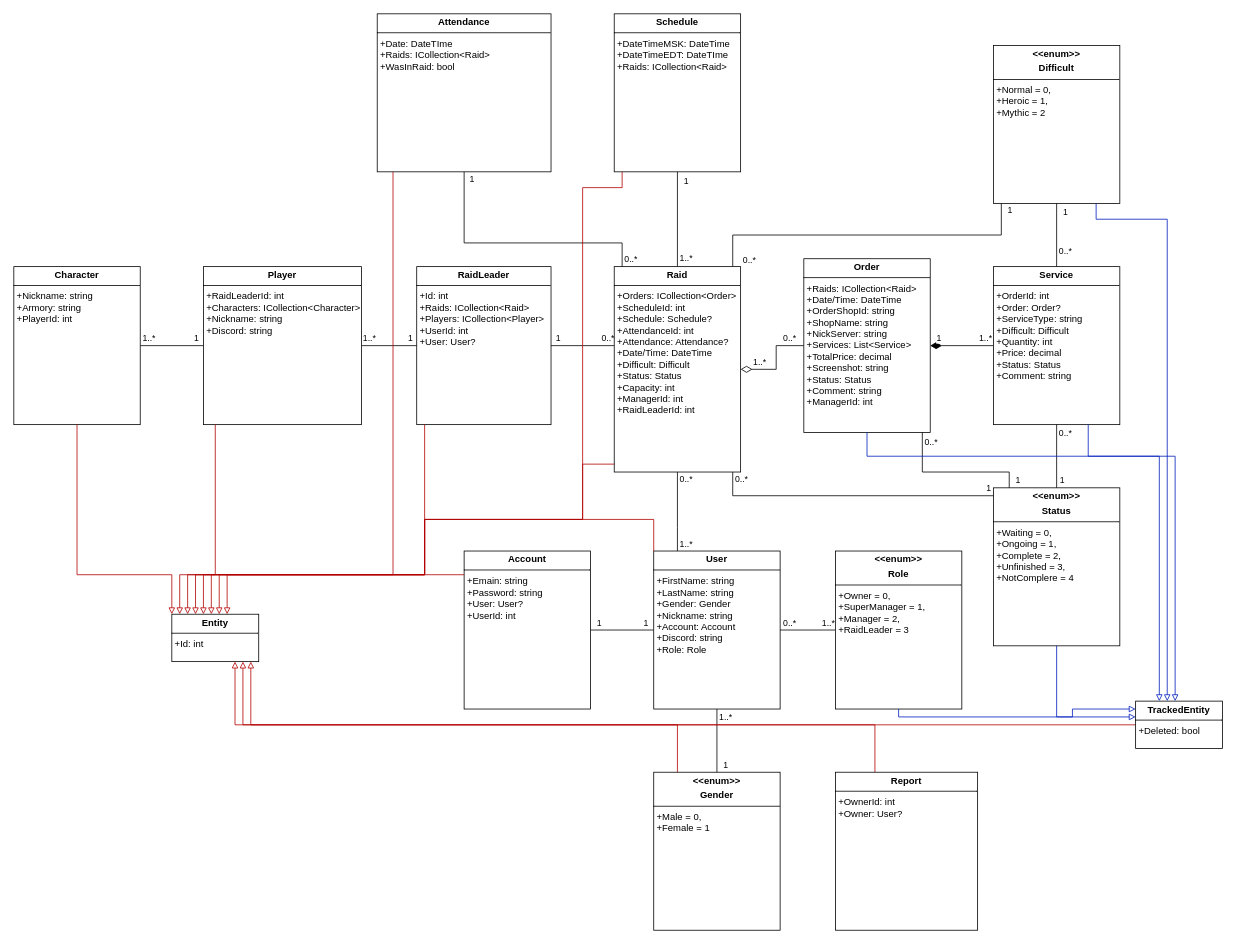
Squeezy93/CustomCRM keeps this draw.io diagram as CRM_diagram/CRM UML Class diagram.drawio. Above is the earlier version. Source tidied: cells renumbered, new cells numbered last; positions are measured from the earlier drawing's top-left corner, leaving out a move shared by most shapes. Both pictures are drawn from the tidied source at 79%, with x=0, y=0 at pixel (13, 13).
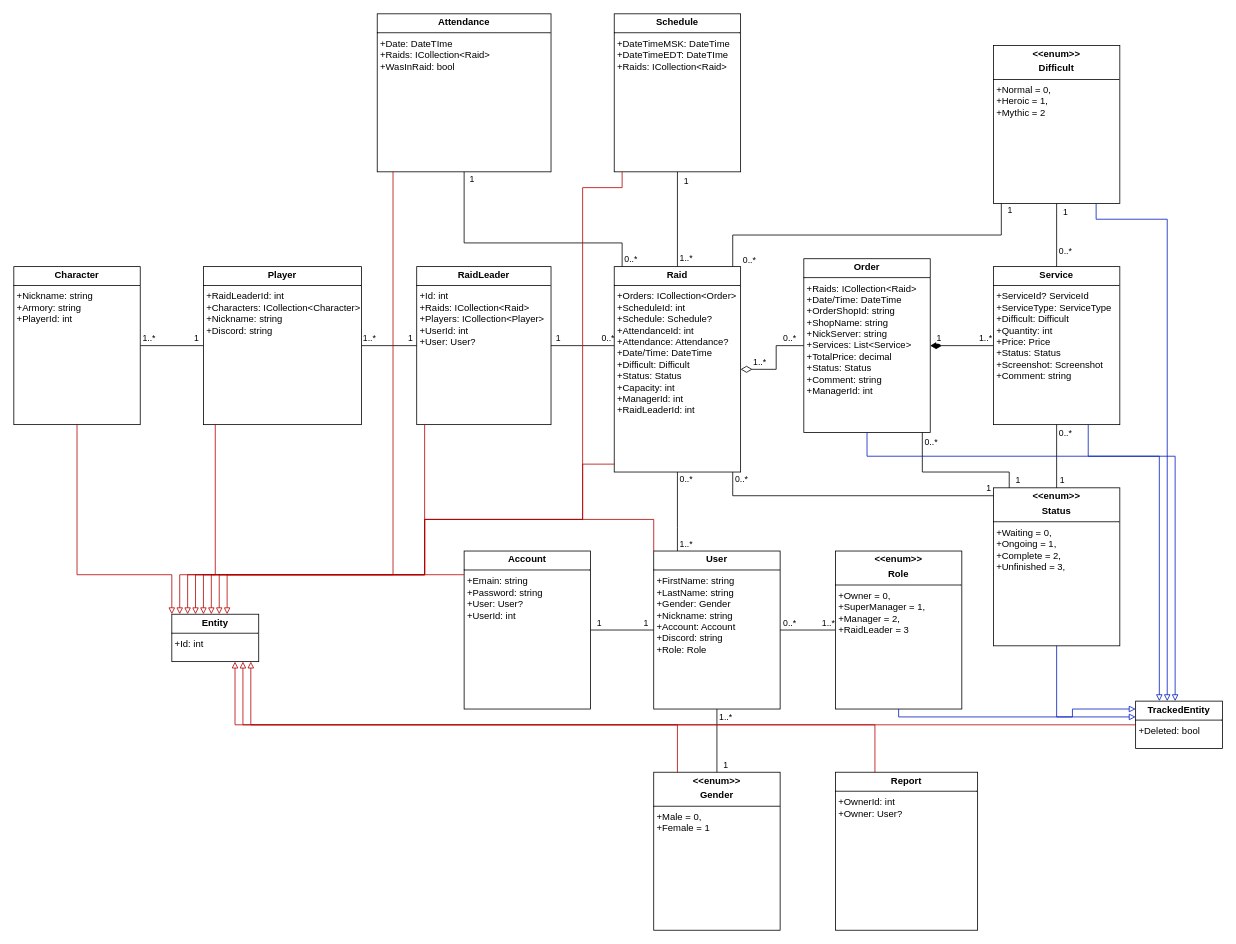
The same diagram, later.

Commit message (it also covers changes not shown here):
domain changes v5 application changes v2 and UML diagramm changes

Diff of the diagram source:
```diff
@@
-    <mxCell id="5" value="&lt;p style=&quot;margin:0px;margin-top:4px;text-align:center;&quot;&gt;&lt;b&gt;Order&lt;/b&gt;&lt;/p&gt;&lt;hr size=&quot;1&quot; style=&quot;border-style:solid;&quot;&gt;&lt;p style=&quot;margin:0px;margin-left:4px;&quot;&gt;+Raids: ICollection&amp;lt;Raid&amp;gt;&lt;/p&gt;&lt;p style=&quot;margin:0px;margin-left:4px;&quot;&gt;&lt;span style=&quot;background-color: initial;&quot;&gt;+Date/Time: DateTime&lt;/span&gt;&lt;br&gt;&lt;/p&gt;&lt;p style=&quot;margin:0px;margin-left:4px;&quot;&gt;+OrderShopId: string&lt;/p&gt;&lt;p style=&quot;margin:0px;margin-left:4px;&quot;&gt;+ShopName: string&lt;/p&gt;&lt;p style=&quot;margin:0px;margin-left:4px;&quot;&gt;+NickServer: string&lt;/p&gt;&lt;p style=&quot;margin:0px;margin-left:4px;&quot;&gt;+Services: List&amp;lt;Service&amp;gt;&lt;br&gt;+TotalPrice: decimal&lt;/p&gt;&lt;p style=&quot;margin:0px;margin-left:4px;&quot;&gt;+Screenshot: string&lt;/p&gt;&lt;p style=&quot;margin:0px;margin-left:4px;&quot;&gt;+Status: Status&lt;/p&gt;&lt;p style=&quot;margin:0px;margin-left:4px;&quot;&gt;+Comment: string&lt;/p&gt;&lt;p style=&quot;margin:0px;margin-left:4px;&quot;&gt;+ManagerId: int&lt;/p&gt;" style="verticalAlign=top;align=left;overflow=fill;html=1;whiteSpace=wrap;" parent="1" vertex="1">
+    <mxCell id="5" value="&lt;p style=&quot;margin:0px;margin-top:4px;text-align:center;&quot;&gt;&lt;b&gt;Order&lt;/b&gt;&lt;/p&gt;&lt;hr size=&quot;1&quot; style=&quot;border-style:solid;&quot;&gt;&lt;p style=&quot;margin:0px;margin-left:4px;&quot;&gt;+Raids: ICollection&amp;lt;Raid&amp;gt;&lt;/p&gt;&lt;p style=&quot;margin:0px;margin-left:4px;&quot;&gt;&lt;span style=&quot;background-color: initial;&quot;&gt;+Date/Time: DateTime&lt;/span&gt;&lt;br&gt;&lt;/p&gt;&lt;p style=&quot;margin:0px;margin-left:4px;&quot;&gt;+OrderShopId: string&lt;/p&gt;&lt;p style=&quot;margin:0px;margin-left:4px;&quot;&gt;+ShopName: string&lt;/p&gt;&lt;p style=&quot;margin:0px;margin-left:4px;&quot;&gt;+NickServer: string&lt;/p&gt;&lt;p style=&quot;margin:0px;margin-left:4px;&quot;&gt;+Services: List&amp;lt;Service&amp;gt;&lt;br&gt;+TotalPrice: decimal&lt;/p&gt;&lt;p style=&quot;margin:0px;margin-left:4px;&quot;&gt;+Status: Status&lt;/p&gt;&lt;p style=&quot;margin:0px;margin-left:4px;&quot;&gt;+Comment: string&lt;/p&gt;&lt;p style=&quot;margin:0px;margin-left:4px;&quot;&gt;+ManagerId: int&lt;/p&gt;" style="verticalAlign=top;align=left;overflow=fill;html=1;whiteSpace=wrap;" parent="1" vertex="1">
       <mxGeometry x="1000" y="310" width="160" height="220" as="geometry" />
     </mxCell>
@@
-    <mxCell id="9" value="&lt;p style=&quot;margin:0px;margin-top:4px;text-align:center;&quot;&gt;&lt;b&gt;Service&lt;/b&gt;&lt;/p&gt;&lt;hr size=&quot;1&quot; style=&quot;border-style:solid;&quot;&gt;&lt;p style=&quot;margin:0px;margin-left:4px;&quot;&gt;+OrderId: int&lt;/p&gt;&lt;p style=&quot;margin:0px;margin-left:4px;&quot;&gt;+Order: Order?&lt;br&gt;&lt;/p&gt;&lt;p style=&quot;margin:0px;margin-left:4px;&quot;&gt;+ServiceType: string&lt;/p&gt;&lt;p style=&quot;margin:0px;margin-left:4px;&quot;&gt;+Difficult: Difficult&lt;/p&gt;&lt;p style=&quot;margin:0px;margin-left:4px;&quot;&gt;+Quantity: int&lt;/p&gt;&lt;p style=&quot;margin:0px;margin-left:4px;&quot;&gt;+Price: decimal&lt;br&gt;+Status: Status&lt;/p&gt;&lt;p style=&quot;margin:0px;margin-left:4px;&quot;&gt;+Comment: string&lt;/p&gt;&lt;p style=&quot;margin:0px;margin-left:4px;&quot;&gt;&lt;br&gt;&lt;/p&gt;&lt;p style=&quot;margin:0px;margin-left:4px;&quot;&gt;&lt;br&gt;&lt;/p&gt;" style="verticalAlign=top;align=left;overflow=fill;html=1;whiteSpace=wrap;" parent="1" vertex="1">
+    <mxCell id="9" value="&lt;p style=&quot;margin:0px;margin-top:4px;text-align:center;&quot;&gt;&lt;b&gt;Service&lt;/b&gt;&lt;/p&gt;&lt;hr size=&quot;1&quot; style=&quot;border-style:solid;&quot;&gt;&lt;p style=&quot;margin:0px;margin-left:4px;&quot;&gt;+ServiceId? ServiceId&lt;/p&gt;&lt;p style=&quot;margin:0px;margin-left:4px;&quot;&gt;+ServiceType: ServiceType&lt;/p&gt;&lt;p style=&quot;margin:0px;margin-left:4px;&quot;&gt;+Difficult: Difficult&lt;/p&gt;&lt;p style=&quot;margin:0px;margin-left:4px;&quot;&gt;+Quantity: int&lt;/p&gt;&lt;p style=&quot;margin:0px;margin-left:4px;&quot;&gt;+Price: Price&lt;br&gt;+Status: Status&lt;/p&gt;&lt;p style=&quot;margin:0px;margin-left:4px;&quot;&gt;+Screenshot: Screenshot&lt;br&gt;&lt;/p&gt;&lt;p style=&quot;margin:0px;margin-left:4px;&quot;&gt;+Comment: string&lt;/p&gt;&lt;p style=&quot;margin:0px;margin-left:4px;&quot;&gt;&lt;br&gt;&lt;/p&gt;&lt;p style=&quot;margin:0px;margin-left:4px;&quot;&gt;&lt;br&gt;&lt;/p&gt;" style="verticalAlign=top;align=left;overflow=fill;html=1;whiteSpace=wrap;" parent="1" vertex="1">
       <mxGeometry x="1240" y="320" width="160" height="200" as="geometry" />
     </mxCell>
@@
-    <mxCell id="42" value="&lt;p style=&quot;margin:0px;margin-top:4px;text-align:center;&quot;&gt;&lt;b&gt;&amp;lt;&amp;lt;enum&amp;gt;&amp;gt;&lt;/b&gt;&lt;/p&gt;&lt;p style=&quot;margin:0px;margin-top:4px;text-align:center;&quot;&gt;&lt;b&gt;Status&lt;/b&gt;&lt;/p&gt;&lt;hr size=&quot;1&quot; style=&quot;border-style:solid;&quot;&gt;&lt;p style=&quot;margin:0px;margin-left:4px;&quot;&gt;+Waiting = 0,&lt;/p&gt;&lt;p style=&quot;margin:0px;margin-left:4px;&quot;&gt;+Ongoing = 1,&lt;/p&gt;&lt;p style=&quot;margin:0px;margin-left:4px;&quot;&gt;+Complete = 2,&lt;/p&gt;&lt;p style=&quot;margin:0px;margin-left:4px;&quot;&gt;+Unfinished = 3,&lt;/p&gt;&lt;p style=&quot;margin:0px;margin-left:4px;&quot;&gt;+NotComplere = 4&lt;/p&gt;&lt;p style=&quot;margin:0px;margin-left:4px;&quot;&gt;&lt;br&gt;&lt;/p&gt;" style="verticalAlign=top;align=left;overflow=fill;html=1;whiteSpace=wrap;" parent="1" vertex="1">
+    <mxCell id="42" value="&lt;p style=&quot;margin:0px;margin-top:4px;text-align:center;&quot;&gt;&lt;b&gt;&amp;lt;&amp;lt;enum&amp;gt;&amp;gt;&lt;/b&gt;&lt;/p&gt;&lt;p style=&quot;margin:0px;margin-top:4px;text-align:center;&quot;&gt;&lt;b&gt;Status&lt;/b&gt;&lt;/p&gt;&lt;hr size=&quot;1&quot; style=&quot;border-style:solid;&quot;&gt;&lt;p style=&quot;margin:0px;margin-left:4px;&quot;&gt;+Waiting = 0,&lt;/p&gt;&lt;p style=&quot;margin:0px;margin-left:4px;&quot;&gt;+Ongoing = 1,&lt;/p&gt;&lt;p style=&quot;margin:0px;margin-left:4px;&quot;&gt;+Complete = 2,&lt;/p&gt;&lt;p style=&quot;margin:0px;margin-left:4px;&quot;&gt;+Unfinished = 3,&lt;/p&gt;&lt;p style=&quot;margin:0px;margin-left:4px;&quot;&gt;&lt;br&gt;&lt;/p&gt;&lt;p style=&quot;margin:0px;margin-left:4px;&quot;&gt;&lt;br&gt;&lt;/p&gt;" style="verticalAlign=top;align=left;overflow=fill;html=1;whiteSpace=wrap;" parent="1" vertex="1">
       <mxGeometry x="1240" y="600" width="160" height="200" as="geometry" />
     </mxCell>
```
